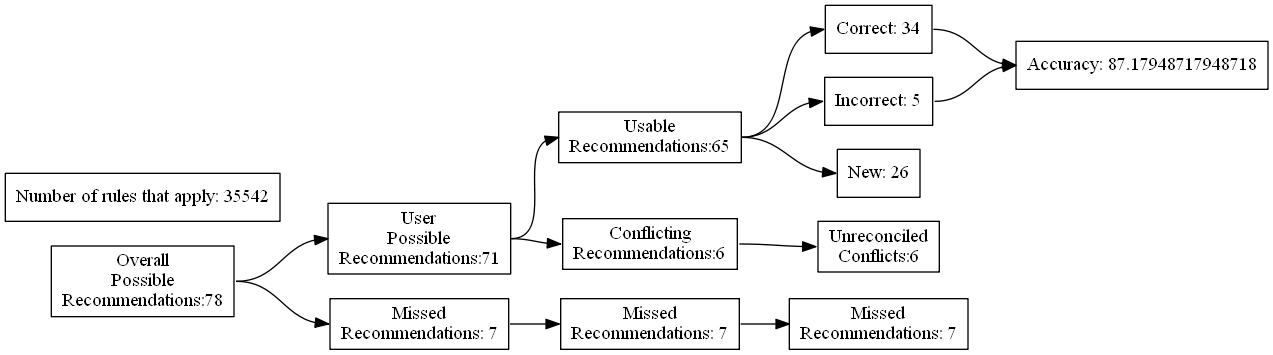
ZaxR/ibd_diet_analysis keeps this Graphviz diagram as test_renders/83.gv.png. Above is the earlier version. Its source is kept beside it as test_renders/83.gv.
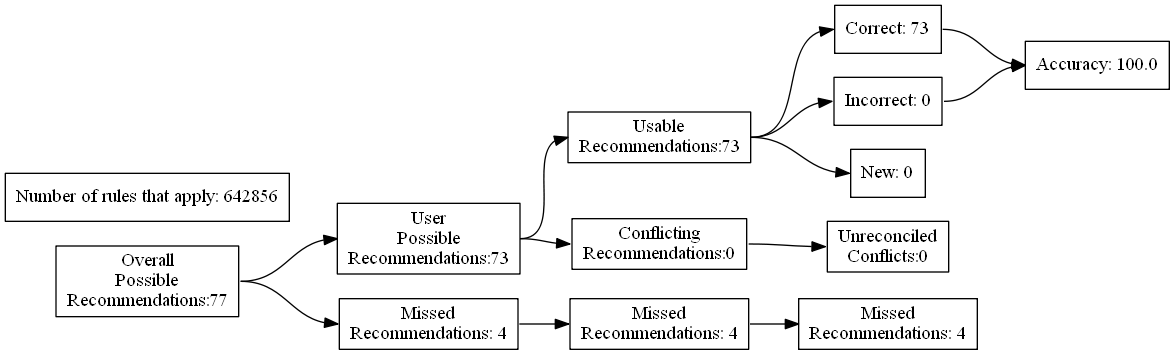
Later version of the same file.

What changed in the source:
```diff
@@ -4,27 +4,27 @@
 	edge [headport=w tailport=e]
 		A [label="Overall
 Possible
-Recommendations:78"]
+Recommendations:77"]
 		B [label="User
 Possible
-Recommendations:71"]
+Recommendations:73"]
 		C [label="Missed
-Recommendations: 7"]
+Recommendations: 4"]
 		D [label="Usable
-Recommendations:65"]
+Recommendations:73"]
 		E [label="Conflicting
-Recommendations:6"]
+Recommendations:0"]
 		J [label="Missed
-Recommendations: 7"]
+Recommendations: 4"]
 		M [label="Unreconciled
-Conflicts:6"]
-		F [label="Correct: 34"]
-		G [label="Incorrect: 5"]
-		H [label="New: 26"]
+Conflicts:0"]
+		F [label="Correct: 73"]
+		G [label="Incorrect: 0"]
+		H [label="New: 0"]
 		K [label="Missed
-Recommendations: 7"]
-		I [label="Accuracy: 87.17948717948718"]
-		l [label="Number of rules that apply: 35542"]
+Recommendations: 4"]
+		I [label="Accuracy: 100.0"]
+		l [label="Number of rules that apply: 642856"]
 			A -> B
 			A -> C
 			B -> D
```
